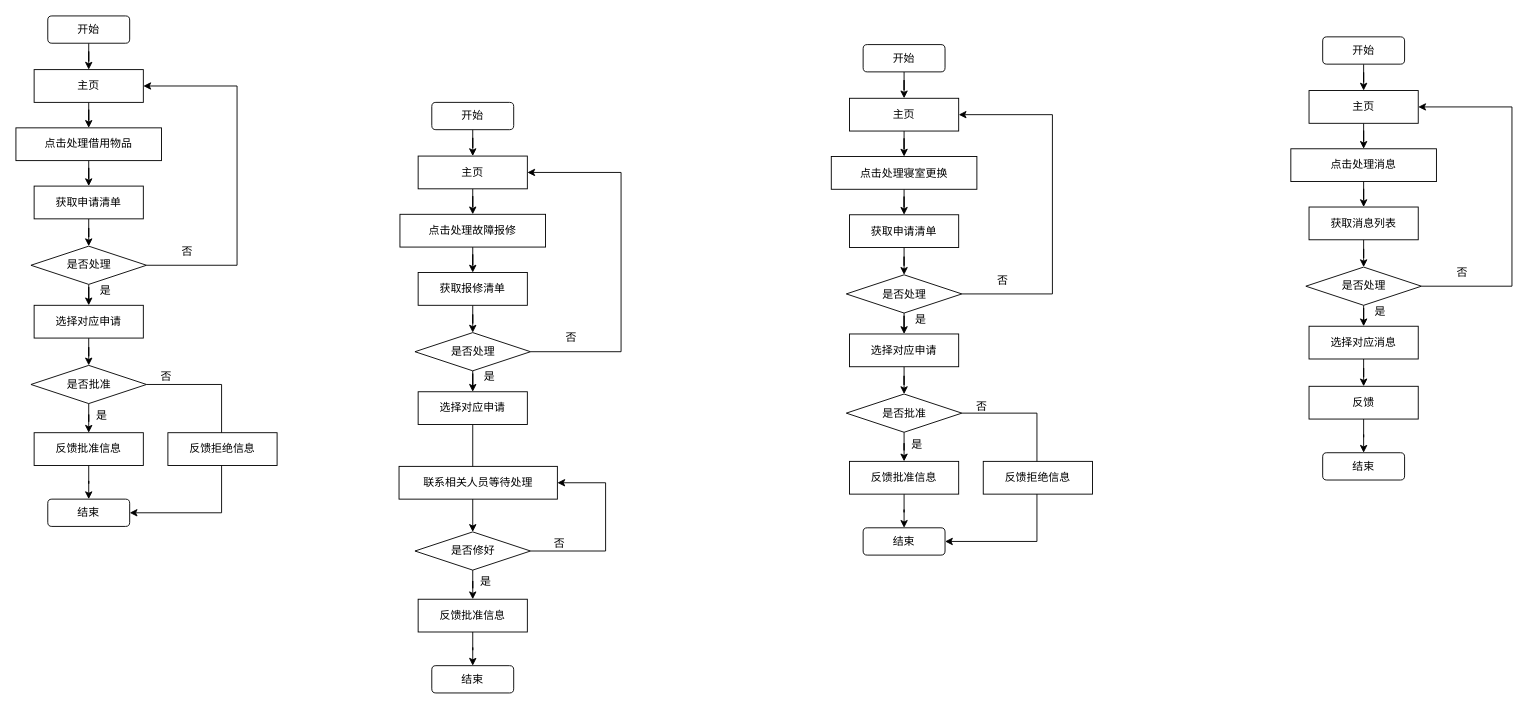
Earlier version of the draw.io diagram pic/管理员运行控制.drawio (ZYNsama666/Software_engineering). Source tidied: cells renumbered, new cells numbered last; positions are measured from the earlier drawing's top-left corner, leaving out a move shared by most shapes. Both pictures are drawn from the tidied source at 91%, with x=0, y=0 at pixel (15, 15).
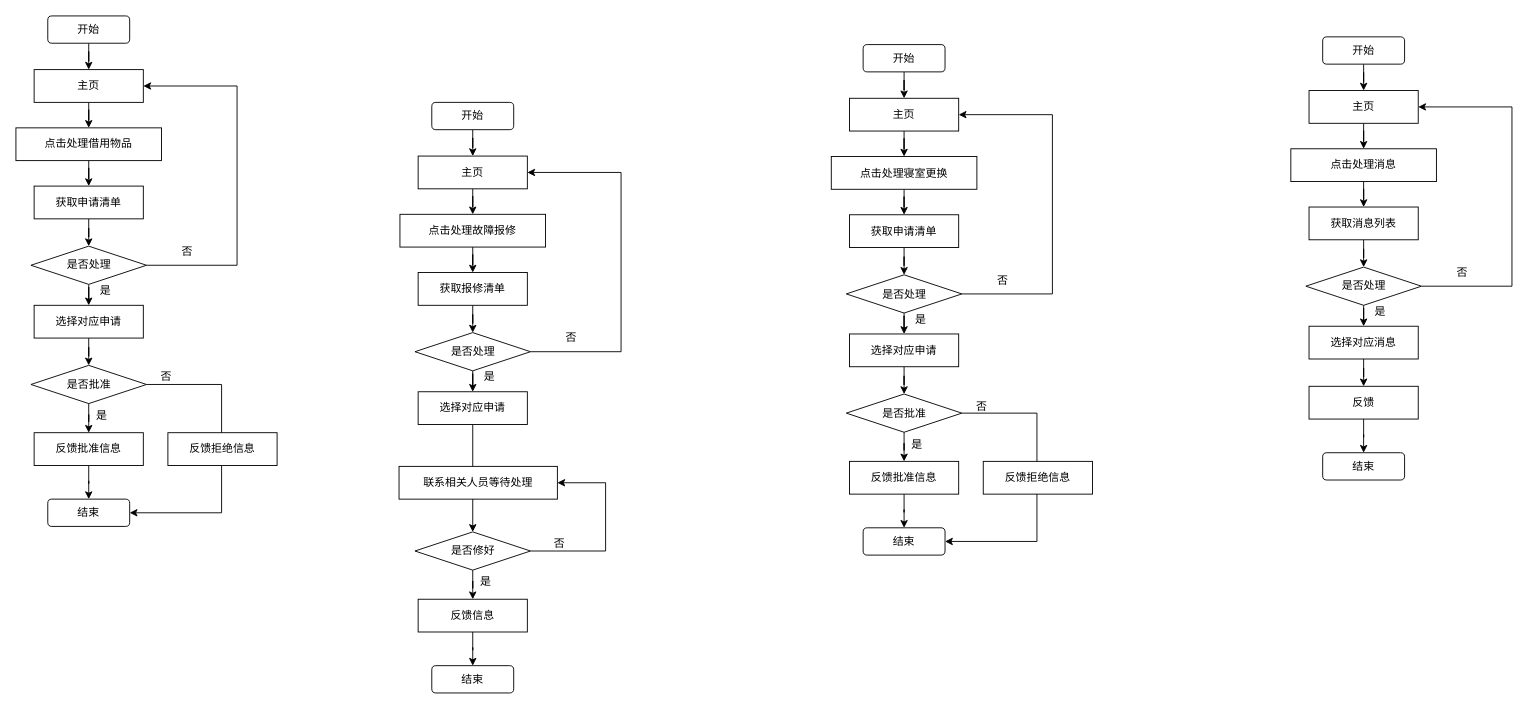
The same page after the edit.

Commit message:
更新管理员运行控制.drawio

Change to the diagram source:
```diff
@@
-    <mxCell id="46" value="反馈批准信息" style="rounded=0;whiteSpace=wrap;html=1;" parent="1" vertex="1">
+    <mxCell id="46" value="反馈信息" style="rounded=0;whiteSpace=wrap;html=1;" parent="1" vertex="1">
       <mxGeometry x="442" y="641" width="120" height="36" as="geometry" />
     </mxCell>
```
